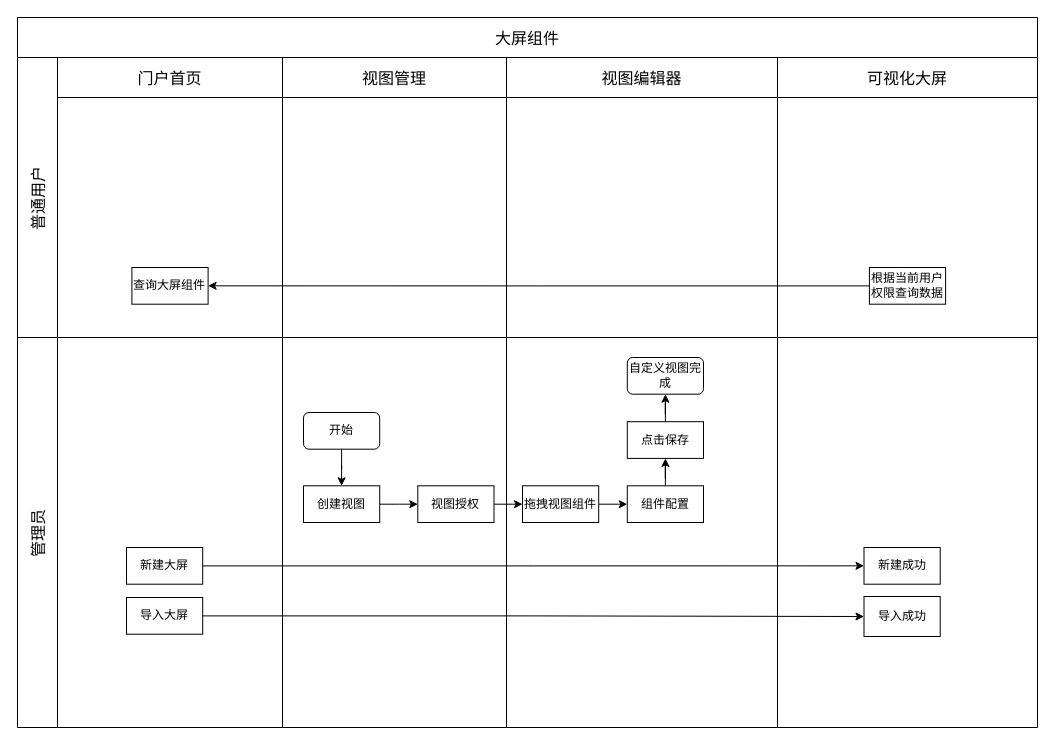
The draw.io diagram draw.io/uyun_daping.drawio in Liang-yonghui/draw, before the edit. Source tidied: cells renumbered, new cells numbered last; positions are measured from the earlier drawing's top-left corner, leaving out a move shared by most shapes. Both pictures are drawn from the tidied source at 100%, with x=0, y=0 at pixel (17, 17).
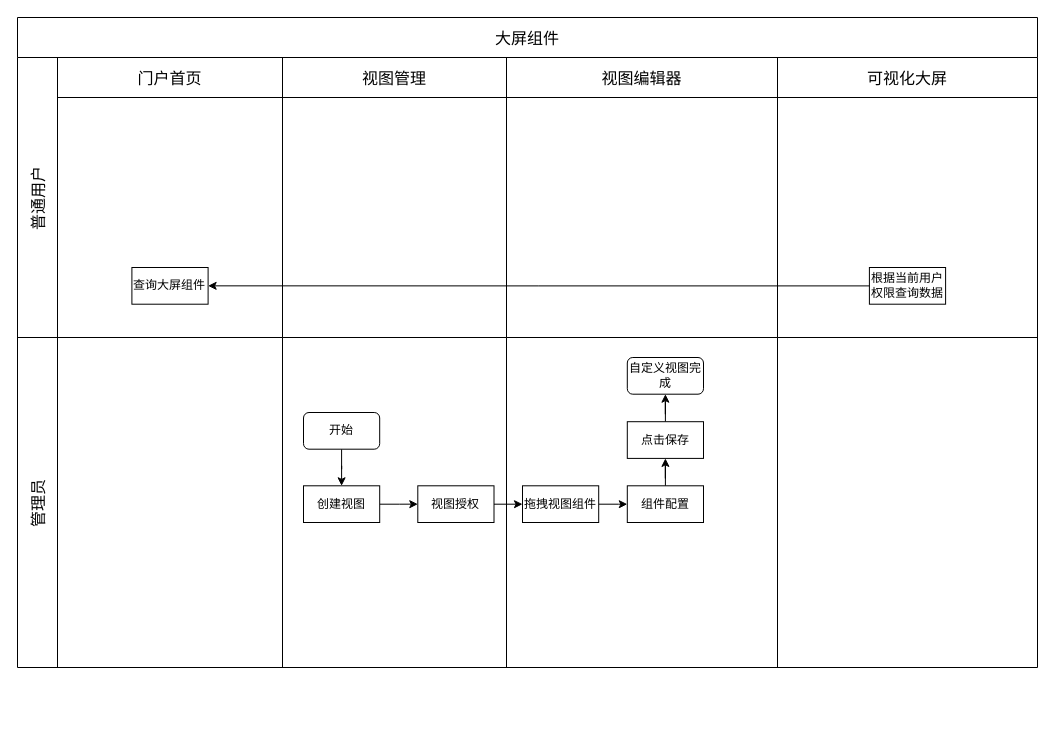
The same page after the edit.

What changed in the source:
```diff
@@
     <mxCell id="2" value="大屏组件" style="shape=table;childLayout=tableLayout;startSize=40;fontSize=16;" parent="1" vertex="1">
-      <mxGeometry width="1020" height="710" as="geometry" />
+      <mxGeometry width="1020" height="650" as="geometry" />
     </mxCell>
@@
     <mxCell id="11" value="管理员" style="shape=tableRow;horizontal=0;swimlaneHead=0;swimlaneBody=0;top=0;left=0;strokeColor=inherit;bottom=0;right=0;fontStyle=0;fillColor=none;startSize=40;fontSize=16;" parent="2" vertex="1">
-      <mxGeometry y="320" width="1020" height="390" as="geometry" />
+      <mxGeometry y="320" width="1020" height="330" as="geometry" />
     </mxCell>
     <mxCell id="12" style="swimlane;swimlaneHead=0;swimlaneBody=0;fontStyle=0;strokeColor=inherit;fillColor=none;startSize=0;fontSize=16;" parent="11" vertex="1">
-      <mxGeometry x="40" width="225" height="390" as="geometry" />
+      <mxGeometry x="40" width="225" height="330" as="geometry" />
     </mxCell>
     <mxCell id="13" style="swimlane;swimlaneHead=0;swimlaneBody=0;fontStyle=0;strokeColor=inherit;fillColor=none;startSize=0;fontSize=16;" parent="11" vertex="1">
-      <mxGeometry x="265" width="224" height="390" as="geometry" />
+      <mxGeometry x="265" width="224" height="330" as="geometry" />
     </mxCell>
@@
     <mxCell id="28" style="swimlane;swimlaneHead=0;swimlaneBody=0;fontStyle=0;strokeColor=inherit;fillColor=none;startSize=0;fontSize=16;" parent="11" vertex="1">
-      <mxGeometry x="489" width="271" height="390" as="geometry" />
+      <mxGeometry x="489" width="271" height="330" as="geometry" />
     </mxCell>
     <mxCell id="29" style="swimlane;swimlaneHead=0;swimlaneBody=0;fontStyle=0;strokeColor=inherit;fillColor=none;startSize=0;fontSize=16;" parent="11" vertex="1">
-      <mxGeometry x="760" width="260" height="390" as="geometry" />
+      <mxGeometry x="760" width="260" height="330" as="geometry" />
     </mxCell>
-    <mxCell id="30" value="新建大屏" style="rounded=0;whiteSpace=wrap;html=1;" parent="29" vertex="1">
-      <mxGeometry x="-651" y="210" width="76.2" height="36.7" as="geometry" />
-    </mxCell>
-    <mxCell id="31" value="导入大屏" style="rounded=0;whiteSpace=wrap;html=1;" parent="29" vertex="1">
-      <mxGeometry x="-651" y="260" width="76.2" height="36.7" as="geometry" />
-    </mxCell>
-    <mxCell id="32" value="新建成功" style="rounded=0;whiteSpace=wrap;html=1;" parent="29" vertex="1">
-      <mxGeometry x="86.5" y="210" width="76.2" height="36.7" as="geometry" />
-    </mxCell>
-    <mxCell id="33" value="导入成功" style="rounded=0;whiteSpace=wrap;html=1;" parent="29" vertex="1">
-      <mxGeometry x="86.5" y="259" width="76.2" height="40" as="geometry" />
-    </mxCell>
-    <mxCell id="34" style="edgeStyle=orthogonalEdgeStyle;rounded=0;jettySize=auto;html=1;entryX=0;entryY=0.5;entryDx=0;entryDy=0;" parent="29" edge="1" source="30" target="32">
-      <mxGeometry relative="1" as="geometry" />
-    </mxCell>
-    <mxCell id="35" style="edgeStyle=orthogonalEdgeStyle;rounded=0;jettySize=auto;html=1;entryX=0;entryY=0.5;entryDx=0;entryDy=0;" parent="29" edge="1" source="31" target="33">
-      <mxGeometry relative="1" as="geometry" />
-    </mxCell>
```
